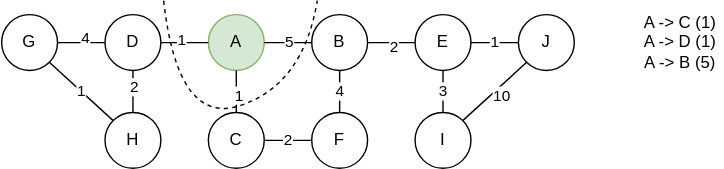
This is practicum_4/homework/images/graph_from_maze_dijkstra_1.svg from anton-pershin/spbu-fundamentals-of-algorithms, a draw.io export, as it was before one commit. Source tidied: cells renumbered, new cells last; positions are measured from the earlier drawing's top-left corner, leaving out a move shared by most shapes. The source it was exported from:
```xml
<mxGraphModel>
  <root>
    <mxCell id="0" />
    <mxCell id="1" parent="0" />
    <mxCell id="2" value="A" style="ellipse;whiteSpace=wrap;html=1;fillColor=#d5e8d4;strokeColor=#82b366;" parent="1" vertex="1">
      <mxGeometry x="148" y="10" width="40" height="40" as="geometry" />
    </mxCell>
    <mxCell id="3" value="B" style="ellipse;whiteSpace=wrap;html=1;" parent="1" vertex="1">
      <mxGeometry x="222" y="10" width="40" height="40" as="geometry" />
    </mxCell>
    <mxCell id="4" style="endArrow=none;html=1;rounded=0;entryX=0;entryY=0.5;entryDx=0;entryDy=0;exitX=1;exitY=0.5;exitDx=0;exitDy=0;startFill=0;" parent="1" edge="1" source="2" target="3">
      <mxGeometry relative="1" as="geometry" />
    </mxCell>
    <mxCell id="5" value="5" style="edgeLabel;html=1;align=center;verticalAlign=middle;" parent="4" vertex="1">
      <mxGeometry y="1" relative="1" as="geometry" />
    </mxCell>
    <mxCell id="6" value="C" style="ellipse;whiteSpace=wrap;html=1;" parent="1" vertex="1">
      <mxGeometry x="148" y="80" width="40" height="40" as="geometry" />
    </mxCell>
    <mxCell id="7" value="F" style="ellipse;whiteSpace=wrap;html=1;" parent="1" vertex="1">
      <mxGeometry x="222" y="80" width="40" height="40" as="geometry" />
    </mxCell>
    <mxCell id="8" value="E" style="ellipse;whiteSpace=wrap;html=1;" parent="1" vertex="1">
      <mxGeometry x="296" y="10" width="40" height="40" as="geometry" />
    </mxCell>
    <mxCell id="9" style="endArrow=none;html=1;rounded=0;exitX=0.5;exitY=1;exitDx=0;exitDy=0;entryX=0.5;entryY=0;entryDx=0;entryDy=0;startFill=0;" parent="1" edge="1" source="2" target="6">
      <mxGeometry relative="1" as="geometry" />
    </mxCell>
    <mxCell id="10" value="1" style="edgeLabel;html=1;align=center;verticalAlign=middle;" parent="9" vertex="1">
      <mxGeometry x="0.13" y="1" relative="1" as="geometry" />
    </mxCell>
    <mxCell id="11" value="2" style="endArrow=none;html=1;rounded=0;exitX=1;exitY=0.5;exitDx=0;exitDy=0;startFill=0;" parent="1" edge="1" source="6" target="7">
      <mxGeometry relative="1" as="geometry" />
    </mxCell>
    <mxCell id="12" value="4" style="endArrow=none;html=1;rounded=0;exitX=0.5;exitY=1;exitDx=0;exitDy=0;entryX=0.5;entryY=0;entryDx=0;entryDy=0;startFill=0;" parent="1" edge="1" source="3" target="7">
      <mxGeometry relative="1" as="geometry" />
    </mxCell>
    <mxCell id="13" value="D" style="ellipse;whiteSpace=wrap;html=1;" parent="1" vertex="1">
      <mxGeometry x="74" y="10" width="40" height="40" as="geometry" />
    </mxCell>
    <mxCell id="14" value="G" style="ellipse;whiteSpace=wrap;html=1;" parent="1" vertex="1">
      <mxGeometry y="10" width="40" height="40" as="geometry" />
    </mxCell>
    <mxCell id="15" value="H" style="ellipse;whiteSpace=wrap;html=1;" parent="1" vertex="1">
      <mxGeometry x="74" y="80" width="40" height="40" as="geometry" />
    </mxCell>
    <mxCell id="16" value="I" style="ellipse;whiteSpace=wrap;html=1;" parent="1" vertex="1">
      <mxGeometry x="296" y="80" width="40" height="40" as="geometry" />
    </mxCell>
    <mxCell id="17" value="J" style="ellipse;whiteSpace=wrap;html=1;" parent="1" vertex="1">
      <mxGeometry x="370" y="10" width="40" height="40" as="geometry" />
    </mxCell>
    <mxCell id="18" style="endArrow=none;html=1;rounded=0;entryX=0;entryY=0.5;entryDx=0;entryDy=0;exitX=1;exitY=0.5;exitDx=0;exitDy=0;startFill=0;" parent="1" edge="1" source="3" target="8">
      <mxGeometry relative="1" as="geometry" />
    </mxCell>
    <mxCell id="19" value="2" style="edgeLabel;html=1;align=center;verticalAlign=middle;" parent="18" vertex="1">
      <mxGeometry x="0.06" y="-2" relative="1" as="geometry" />
    </mxCell>
    <mxCell id="20" value="3" style="endArrow=none;html=1;rounded=0;entryX=0.5;entryY=1;entryDx=0;entryDy=0;exitX=0.5;exitY=0;exitDx=0;exitDy=0;startFill=0;" parent="1" edge="1" source="16" target="8">
      <mxGeometry relative="1" as="geometry" />
    </mxCell>
    <mxCell id="21" value="1" style="endArrow=none;html=1;rounded=0;entryX=0;entryY=0.5;entryDx=0;entryDy=0;exitX=1;exitY=0.5;exitDx=0;exitDy=0;startFill=0;" parent="1" edge="1" source="8" target="17">
      <mxGeometry relative="1" as="geometry" />
    </mxCell>
    <mxCell id="22" style="endArrow=none;html=1;rounded=0;exitX=0;exitY=0.5;exitDx=0;exitDy=0;startFill=0;entryX=1;entryY=0.5;entryDx=0;entryDy=0;" parent="1" edge="1" source="2" target="13">
      <mxGeometry relative="1" as="geometry" />
    </mxCell>
    <mxCell id="23" value="1" style="edgeLabel;html=1;align=center;verticalAlign=middle;" parent="22" vertex="1">
      <mxGeometry x="0.18" y="-3" relative="1" as="geometry" />
    </mxCell>
    <mxCell id="24" style="endArrow=none;html=1;rounded=0;startFill=0;entryX=0.5;entryY=1;entryDx=0;entryDy=0;exitX=0.5;exitY=0;exitDx=0;exitDy=0;" parent="1" edge="1" source="15" target="13">
      <mxGeometry relative="1" as="geometry" />
    </mxCell>
    <mxCell id="25" value="2" style="edgeLabel;html=1;align=center;verticalAlign=middle;" parent="24" vertex="1">
      <mxGeometry x="0.27" relative="1" as="geometry" />
    </mxCell>
    <mxCell id="26" style="endArrow=none;html=1;rounded=0;startFill=0;entryX=0;entryY=0.5;entryDx=0;entryDy=0;exitX=1;exitY=0.5;exitDx=0;exitDy=0;" parent="1" edge="1" source="14" target="13">
      <mxGeometry relative="1" as="geometry" />
    </mxCell>
    <mxCell id="27" value="4" style="edgeLabel;html=1;align=center;verticalAlign=middle;" parent="26" vertex="1">
      <mxGeometry x="0.12" y="4" relative="1" as="geometry" />
    </mxCell>
    <mxCell id="28" value="1" style="endArrow=none;html=1;rounded=0;exitX=0;exitY=0;exitDx=0;exitDy=0;entryX=1;entryY=1;entryDx=0;entryDy=0;startFill=0;" parent="1" edge="1" source="15" target="14">
      <mxGeometry relative="1" as="geometry" />
    </mxCell>
    <mxCell id="29" style="endArrow=none;html=1;rounded=0;exitX=0;exitY=1;exitDx=0;exitDy=0;entryX=1;entryY=0;entryDx=0;entryDy=0;startFill=0;" parent="1" edge="1" source="17" target="16">
      <mxGeometry relative="1" as="geometry" />
    </mxCell>
    <mxCell id="30" value="10" style="edgeLabel;html=1;align=center;verticalAlign=middle;" parent="29" vertex="1">
      <mxGeometry x="-0.08" y="5" relative="1" as="geometry" />
    </mxCell>
    <mxCell id="31" value="A -&amp;gt; C (1)&lt;div&gt;A -&amp;gt; D (1)&lt;/div&gt;&lt;div&gt;A -&amp;gt; B (5)&lt;/div&gt;" style="text;html=1;align=center;verticalAlign=middle;whiteSpace=wrap;rounded=0;" parent="1" vertex="1">
      <mxGeometry x="456" y="15" width="60" height="30" as="geometry" />
    </mxCell>
    <mxCell id="32" style="curved=1;endArrow=none;html=1;rounded=0;startFill=0;dashed=1;" parent="1" edge="1">
      <mxGeometry relative="1" as="geometry">
        <mxPoint x="116" as="sourcePoint" />
        <mxPoint x="226" as="targetPoint" />
        <Array as="points">
          <mxPoint x="126" y="90" />
          <mxPoint x="216" y="60" />
        </Array>
      </mxGeometry>
    </mxCell>
  </root>
</mxGraphModel>
```
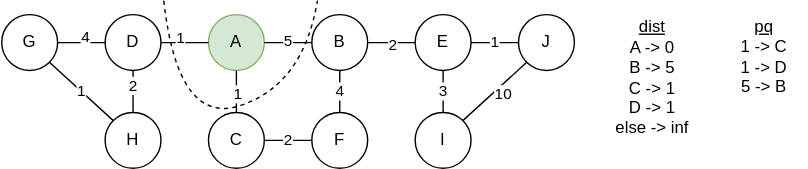
Later version of the same file.

Commit message:
Added correct illustrations for dijkstra algorithm

The edit, as a diff of the source:
```diff
@@ -89,8 +89,8 @@
     <mxCell id="30" value="10" style="edgeLabel;html=1;align=center;verticalAlign=middle;" parent="29" vertex="1">
       <mxGeometry x="-0.08" y="5" relative="1" as="geometry" />
     </mxCell>
-    <mxCell id="31" value="A -&amp;gt; C (1)&lt;div&gt;A -&amp;gt; D (1)&lt;/div&gt;&lt;div&gt;A -&amp;gt; B (5)&lt;/div&gt;" style="text;html=1;align=center;verticalAlign=middle;whiteSpace=wrap;rounded=0;" parent="1" vertex="1">
-      <mxGeometry x="456" y="15" width="60" height="30" as="geometry" />
+    <mxCell id="31" value="&lt;div style=&quot;&quot;&gt;&lt;u&gt;dist&lt;/u&gt;&lt;/div&gt;A -&amp;gt; 0&lt;div&gt;B -&amp;gt; 5&lt;/div&gt;&lt;div&gt;C -&amp;gt; 1&lt;/div&gt;&lt;div&gt;D -&amp;gt; 1&lt;/div&gt;&lt;div&gt;else -&amp;gt; inf&lt;/div&gt;" style="text;html=1;align=center;verticalAlign=middle;whiteSpace=wrap;rounded=0;" parent="1" vertex="1">
+      <mxGeometry x="436" y="10" width="60" height="90" as="geometry" />
     </mxCell>
     <mxCell id="32" style="curved=1;endArrow=none;html=1;rounded=0;startFill=0;dashed=1;" parent="1" edge="1">
       <mxGeometry relative="1" as="geometry">
@@ -102,5 +102,8 @@
         </Array>
       </mxGeometry>
     </mxCell>
+    <mxCell id="33" value="&lt;div style=&quot;&quot;&gt;&lt;u&gt;pq&lt;/u&gt;&lt;/div&gt;1 -&amp;gt; C&lt;div&gt;1 -&amp;gt; D&lt;/div&gt;&lt;div&gt;5 -&amp;gt; B&lt;/div&gt;" style="text;html=1;align=center;verticalAlign=middle;whiteSpace=wrap;rounded=0;" parent="1" vertex="1">
+      <mxGeometry x="516" y="10" width="60" height="60" as="geometry" />
+    </mxCell>
   </root>
 </mxGraphModel>
```
